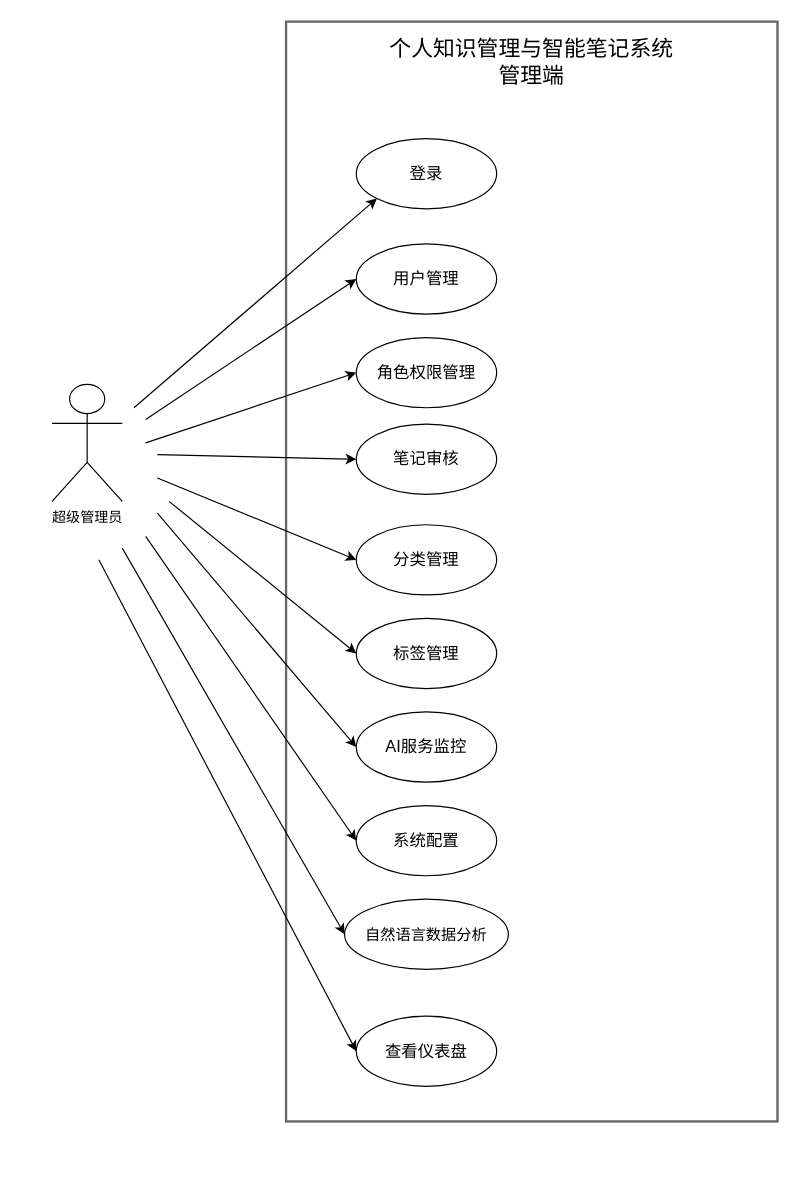
Above: page "2.管理员用例图" (2 of 11) of docs/design/system-design.drawio in LittleWin8/GraduationProject (draw.io), before the change. Source tidied: cells renumbered, new cells numbered last; positions are measured from the earlier drawing's top-left corner, leaving out a move shared by most shapes. Both pictures are drawn from the tidied source at 117%, with x=0, y=0 at pixel (51, 21).
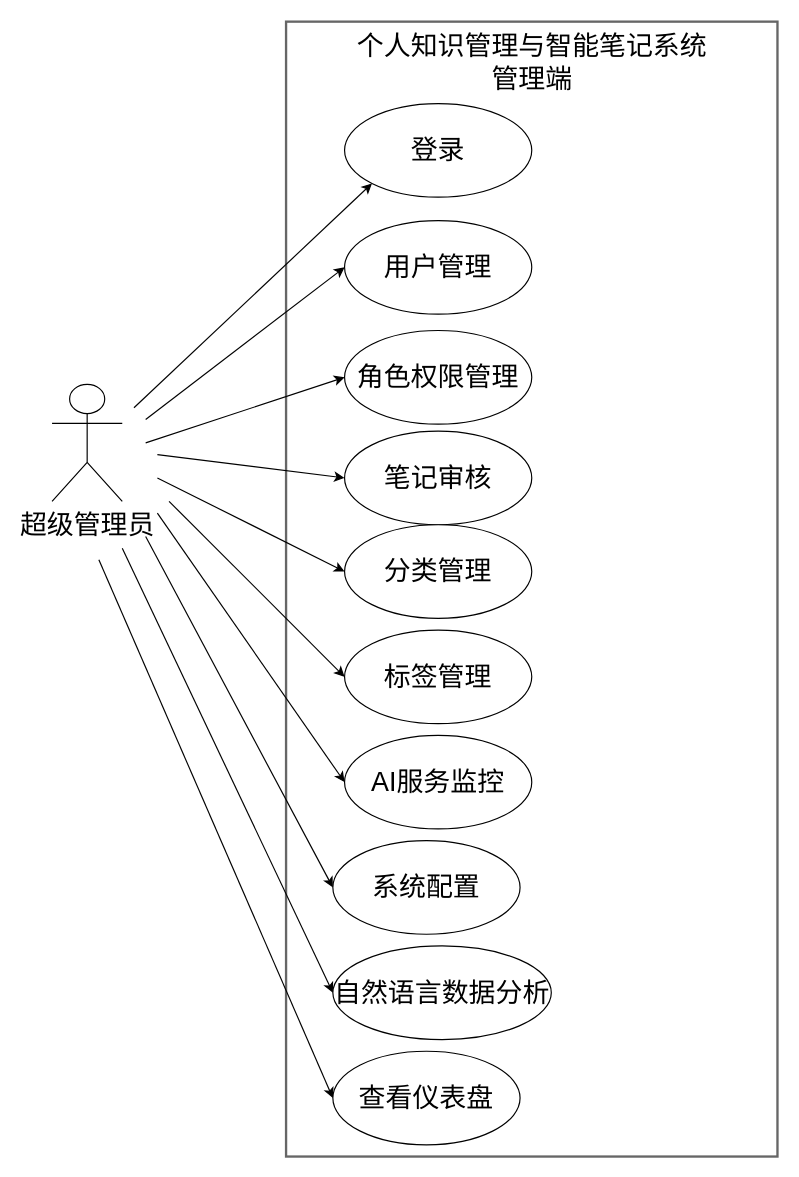
The same page after the edit.

Change to the diagram source:
```diff
@@
-    <mxCell id="2" style="rounded=0;whiteSpace=wrap;html=1;strokeColor=#666666;fillColor=none;strokeWidth=2;fontSize=16;fontStyle=1;" parent="1" vertex="1">
-      <mxGeometry x="200" width="420" height="940" as="geometry" />
+    <mxCell id="2" style="rounded=0;whiteSpace=wrap;html=1;strokeColor=#666666;fillColor=none;strokeWidth=2;fontSize=23;fontStyle=1;" parent="1" vertex="1">
+      <mxGeometry x="200" width="420" height="970" as="geometry" />
     </mxCell>
-    <mxCell id="3" value="超级管理员" style="shape=umlActor;verticalLabelPosition=bottom;verticalAlign=top;html=1;" parent="1" vertex="1">
+    <mxCell id="3" value="超级管理员" style="shape=umlActor;verticalLabelPosition=bottom;verticalAlign=top;html=1;fontSize=23;" parent="1" vertex="1">
       <mxGeometry y="310" width="60" height="100" as="geometry" />
     </mxCell>
-    <mxCell id="4" value="登录" style="ellipse;whiteSpace=wrap;html=1;fontSize=14;" parent="1" vertex="1">
-      <mxGeometry x="260" y="100" width="120" height="60" as="geometry" />
+    <mxCell id="4" value="登录" style="ellipse;whiteSpace=wrap;html=1;fontSize=23;" parent="1" vertex="1">
+      <mxGeometry x="250" y="70" width="160" height="80" as="geometry" />
     </mxCell>
-    <mxCell id="5" value="查看仪表盘" style="ellipse;whiteSpace=wrap;html=1;fontSize=14;" parent="1" vertex="1">
-      <mxGeometry x="260" y="850" width="120" height="60" as="geometry" />
+    <mxCell id="5" value="查看仪表盘" style="ellipse;whiteSpace=wrap;html=1;fontSize=23;" parent="1" vertex="1">
+      <mxGeometry x="240" y="880" width="160" height="80" as="geometry" />
     </mxCell>
-    <mxCell id="6" value="用户管理" style="ellipse;whiteSpace=wrap;html=1;fontSize=14;" parent="1" vertex="1">
-      <mxGeometry x="260" y="190" width="120" height="60" as="geometry" />
+    <mxCell id="6" value="用户管理" style="ellipse;whiteSpace=wrap;html=1;fontSize=23;" parent="1" vertex="1">
+      <mxGeometry x="250" y="170" width="160" height="80" as="geometry" />
     </mxCell>
-    <mxCell id="7" value="角色权限管理" style="ellipse;whiteSpace=wrap;html=1;fontSize=14;" parent="1" vertex="1">
-      <mxGeometry x="260" y="270" width="120" height="60" as="geometry" />
+    <mxCell id="7" value="角色权限管理" style="ellipse;whiteSpace=wrap;html=1;fontSize=23;" parent="1" vertex="1">
+      <mxGeometry x="250" y="264" width="160" height="80" as="geometry" />
     </mxCell>
-    <mxCell id="8" value="笔记审核" style="ellipse;whiteSpace=wrap;html=1;fontSize=14;" parent="1" vertex="1">
-      <mxGeometry x="260" y="344" width="120" height="60" as="geometry" />
+    <mxCell id="8" value="笔记审核" style="ellipse;whiteSpace=wrap;html=1;fontSize=23;" parent="1" vertex="1">
+      <mxGeometry x="250" y="350" width="160" height="80" as="geometry" />
     </mxCell>
-    <mxCell id="9" value="分类管理" style="ellipse;whiteSpace=wrap;html=1;fontSize=14;" parent="1" vertex="1">
-      <mxGeometry x="260" y="430" width="120" height="60" as="geometry" />
+    <mxCell id="9" value="分类管理" style="ellipse;whiteSpace=wrap;html=1;fontSize=23;" parent="1" vertex="1">
+      <mxGeometry x="250" y="430" width="160" height="80" as="geometry" />
     </mxCell>
-    <mxCell id="10" value="标签管理" style="ellipse;whiteSpace=wrap;html=1;fontSize=14;" parent="1" vertex="1">
-      <mxGeometry x="260" y="510" width="120" height="60" as="geometry" />
+    <mxCell id="10" value="标签管理" style="ellipse;whiteSpace=wrap;html=1;fontSize=23;" parent="1" vertex="1">
+      <mxGeometry x="250" y="520" width="160" height="80" as="geometry" />
     </mxCell>
-    <mxCell id="11" value="AI服务监控" style="ellipse;whiteSpace=wrap;html=1;fontSize=14;" parent="1" vertex="1">
-      <mxGeometry x="260" y="590" width="120" height="60" as="geometry" />
+    <mxCell id="11" value="AI服务监控" style="ellipse;whiteSpace=wrap;html=1;fontSize=23;" parent="1" vertex="1">
+      <mxGeometry x="250" y="610" width="160" height="80" as="geometry" />
     </mxCell>
-    <mxCell id="12" value="自然语言数据分析" style="ellipse;whiteSpace=wrap;html=1;fontSize=13;" parent="1" vertex="1">
-      <mxGeometry x="250" y="750" width="140" height="60" as="geometry" />
+    <mxCell id="12" value="自然语言数据分析" style="ellipse;whiteSpace=wrap;html=1;fontSize=23;" parent="1" vertex="1">
+      <mxGeometry x="240" y="790" width="186.7" height="80" as="geometry" />
     </mxCell>
-    <mxCell id="13" value="系统配置" style="ellipse;whiteSpace=wrap;html=1;fontSize=14;" parent="1" vertex="1">
-      <mxGeometry x="260" y="670" width="120" height="60" as="geometry" />
+    <mxCell id="13" value="系统配置" style="ellipse;whiteSpace=wrap;html=1;fontSize=23;" parent="1" vertex="1">
+      <mxGeometry x="240" y="700" width="160" height="80" as="geometry" />
     </mxCell>
-    <mxCell id="14" style="endArrow=classic;html=1;rounded=0;entryX=0;entryY=1;entryDx=0;entryDy=0;" parent="1" edge="1" target="4">
+    <mxCell id="14" style="endArrow=classic;html=1;rounded=0;entryX=0;entryY=1;entryDx=0;entryDy=0;fontSize=23;" parent="1" edge="1" target="4">
       <mxGeometry relative="1" as="geometry">
         <mxPoint x="70" y="330" as="sourcePoint" />
       </mxGeometry>
     </mxCell>
-    <mxCell id="15" style="endArrow=classic;html=1;rounded=0;entryX=0;entryY=0.5;entryDx=0;entryDy=0;" parent="1" edge="1" target="6">
+    <mxCell id="15" style="endArrow=classic;html=1;rounded=0;entryX=0;entryY=0.5;entryDx=0;entryDy=0;fontSize=23;" parent="1" edge="1" target="6">
       <mxGeometry relative="1" as="geometry">
         <mxPoint x="80" y="340" as="sourcePoint" />
       </mxGeometry>
     </mxCell>
-    <mxCell id="16" style="endArrow=classic;html=1;rounded=0;entryX=0;entryY=0.5;entryDx=0;entryDy=0;" parent="1" edge="1" target="7">
+    <mxCell id="16" style="endArrow=classic;html=1;rounded=0;entryX=0;entryY=0.5;entryDx=0;entryDy=0;fontSize=23;" parent="1" edge="1" target="7">
       <mxGeometry relative="1" as="geometry">
         <mxPoint x="80" y="360" as="sourcePoint" />
       </mxGeometry>
     </mxCell>
-    <mxCell id="17" style="endArrow=classic;html=1;rounded=0;entryX=0;entryY=0.5;entryDx=0;entryDy=0;" parent="1" edge="1" target="8">
+    <mxCell id="17" style="endArrow=classic;html=1;rounded=0;entryX=0;entryY=0.5;entryDx=0;entryDy=0;fontSize=23;" parent="1" edge="1" target="8">
       <mxGeometry relative="1" as="geometry">
         <mxPoint x="90" y="370" as="sourcePoint" />
       </mxGeometry>
     </mxCell>
-    <mxCell id="18" style="endArrow=classic;html=1;rounded=0;entryX=0;entryY=0.5;entryDx=0;entryDy=0;" parent="1" edge="1" target="9">
+    <mxCell id="18" style="endArrow=classic;html=1;rounded=0;entryX=0;entryY=0.5;entryDx=0;entryDy=0;fontSize=23;" parent="1" edge="1" target="9">
       <mxGeometry relative="1" as="geometry">
         <mxPoint x="90" y="390" as="sourcePoint" />
       </mxGeometry>
     </mxCell>
-    <mxCell id="19" style="endArrow=classic;html=1;rounded=0;entryX=0;entryY=0.5;entryDx=0;entryDy=0;" parent="1" edge="1" target="10">
+    <mxCell id="19" style="endArrow=classic;html=1;rounded=0;entryX=0;entryY=0.5;entryDx=0;entryDy=0;fontSize=23;" parent="1" edge="1" target="10">
       <mxGeometry relative="1" as="geometry">
         <mxPoint x="100" y="410" as="sourcePoint" />
       </mxGeometry>
     </mxCell>
-    <mxCell id="20" style="endArrow=classic;html=1;rounded=0;entryX=0;entryY=0.5;entryDx=0;entryDy=0;" parent="1" edge="1" target="11">
+    <mxCell id="20" style="endArrow=classic;html=1;rounded=0;entryX=0;entryY=0.5;entryDx=0;entryDy=0;fontSize=23;" parent="1" edge="1" target="11">
       <mxGeometry relative="1" as="geometry">
         <mxPoint x="90" y="420" as="sourcePoint" />
       </mxGeometry>
     </mxCell>
-    <mxCell id="21" style="endArrow=classic;html=1;rounded=0;entryX=0;entryY=0.5;entryDx=0;entryDy=0;" parent="1" edge="1" target="13">
+    <mxCell id="21" style="endArrow=classic;html=1;rounded=0;entryX=0;entryY=0.5;entryDx=0;entryDy=0;fontSize=23;" parent="1" edge="1" target="13">
       <mxGeometry relative="1" as="geometry">
         <mxPoint x="80" y="440" as="sourcePoint" />
       </mxGeometry>
     </mxCell>
-    <mxCell id="22" style="endArrow=classic;html=1;rounded=0;entryX=0;entryY=0.5;entryDx=0;entryDy=0;" parent="1" edge="1" target="12">
+    <mxCell id="22" style="endArrow=classic;html=1;rounded=0;entryX=0;entryY=0.5;entryDx=0;entryDy=0;fontSize=23;" parent="1" edge="1" target="12">
       <mxGeometry relative="1" as="geometry">
         <mxPoint x="60" y="450" as="sourcePoint" />
       </mxGeometry>
     </mxCell>
-    <mxCell id="23" style="endArrow=classic;html=1;rounded=0;entryX=0;entryY=0.5;entryDx=0;entryDy=0;" parent="1" edge="1" target="5">
+    <mxCell id="23" style="endArrow=classic;html=1;rounded=0;entryX=0;entryY=0.5;entryDx=0;entryDy=0;fontSize=23;" parent="1" edge="1" target="5">
       <mxGeometry relative="1" as="geometry">
         <mxPoint x="40" y="460" as="sourcePoint" />
       </mxGeometry>
     </mxCell>
-    <mxCell id="24" value="&lt;span style=&quot;font-size: 14pt; font-family: 宋体;&quot;&gt;个人知识管理与智能笔记系统&lt;br&gt;管理端&lt;/span&gt;" style="text;strokeColor=none;align=center;fillColor=none;html=1;verticalAlign=middle;whiteSpace=wrap;rounded=0;" parent="1" vertex="1">
-      <mxGeometry x="265" y="20" width="290" height="30" as="geometry" />
+    <mxCell id="24" value="&lt;span style=&quot;font-size: 23px; font-family: 宋体;&quot;&gt;个人知识管理与智能笔记系统&lt;br style=&quot;font-size: 23px;&quot;&gt;管理端&lt;/span&gt;" style="text;strokeColor=none;align=center;fillColor=none;html=1;verticalAlign=middle;whiteSpace=wrap;rounded=0;fontSize=23;" parent="1" vertex="1">
+      <mxGeometry x="247.5" y="20" width="325" height="30" as="geometry" />
     </mxCell>
```
